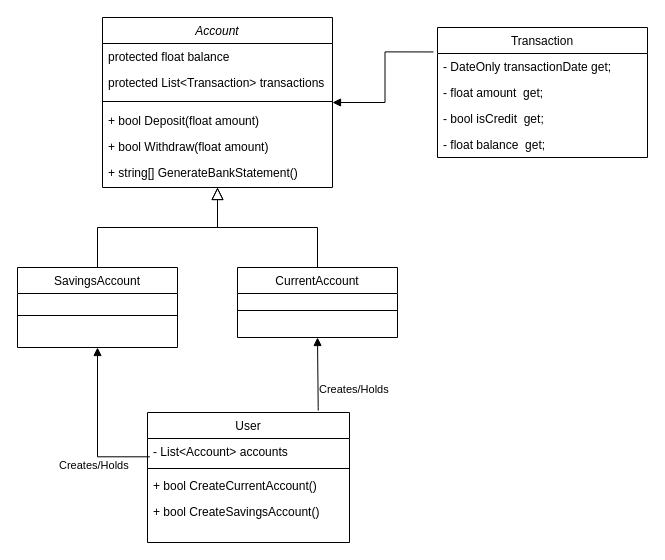
Earlier version of the draw.io diagram ClassDiagram.drawio (boolean-uk/csharp-tdd-oop-bank-challenge). Source tidied: cells renumbered, new cells numbered last; positions are measured from the earlier drawing's top-left corner, leaving out a move shared by most shapes. Both pictures are drawn from the tidied source at 100%, with x=0, y=0 at pixel (17, 17).
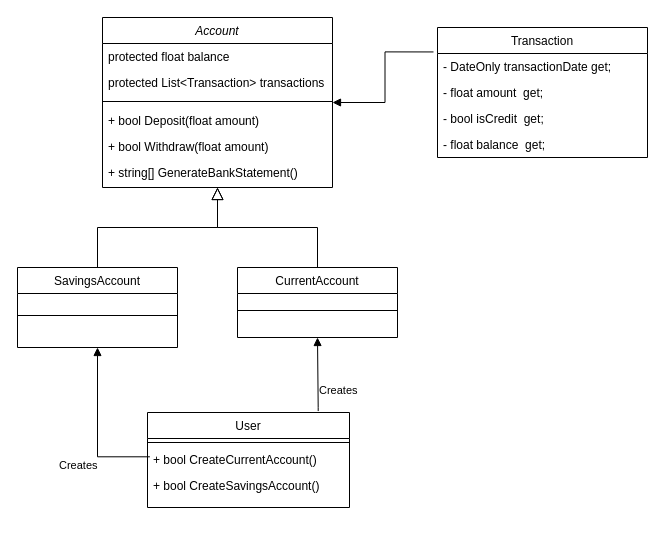
Above is the later version.

The change refers to these unchanged cells:
```xml
<mxCell id="9" value="SavingsAccount" style="swimlane;fontStyle=0;align=center;verticalAlign=top;horizontal=1;startSize=26;rounded=0;shadow=0;strokeWidth=1;" parent="1" vertex="1">
  <mxGeometry y="250" width="160" height="80" as="geometry" />
</mxCell>
<mxCell id="12" value="CurrentAccount" style="swimlane;fontStyle=0;align=center;verticalAlign=top;horizontal=1;startSize=26;rounded=0;shadow=0;strokeWidth=1;" parent="1" vertex="1">
  <mxGeometry x="220" y="250" width="160" height="70" as="geometry" />
</mxCell>
```

The edit, as a diff of the source:
```diff
@@
     <mxCell id="15" value="User" style="swimlane;fontStyle=0;align=center;verticalAlign=top;horizontal=1;startSize=26;rounded=0;shadow=0;strokeWidth=1;" parent="1" vertex="1">
-      <mxGeometry x="130" y="395" width="202" height="130" as="geometry" />
+      <mxGeometry x="130" y="395" width="202" height="95" as="geometry" />
     </mxCell>
-    <mxCell id="16" value="- List&lt;Account&gt; accounts    " style="text;align=left;verticalAlign=top;spacingLeft=4;spacingRight=4;overflow=hidden;points=[[0,0.5],[1,0.5]];portConstraint=eastwest;" parent="15" vertex="1">
-      <mxGeometry y="26" width="202" height="26" as="geometry" />
-    </mxCell>
     <mxCell id="17" style="line;html=1;strokeWidth=1;align=left;verticalAlign=middle;spacingTop=-1;spacingLeft=3;spacingRight=3;labelPosition=right;" parent="15" vertex="1">
-      <mxGeometry y="52" width="202" height="8" as="geometry" />
+      <mxGeometry y="26" width="202" height="8" as="geometry" />
     </mxCell>
     <mxCell id="18" value="+ bool CreateCurrentAccount()" style="text;align=left;verticalAlign=top;spacingLeft=4;spacingRight=4;overflow=hidden;" parent="15" vertex="1">
-      <mxGeometry y="60" width="202" height="26" as="geometry" />
+      <mxGeometry y="34" width="202" height="26" as="geometry" />
     </mxCell>
     <mxCell id="19" value="+ bool CreateSavingsAccount()" style="text;align=left;verticalAlign=top;spacingLeft=4;spacingRight=4;overflow=hidden;" parent="15" vertex="1">
-      <mxGeometry y="86" width="202" height="26" as="geometry" />
+      <mxGeometry y="60" width="202" height="26" as="geometry" />
     </mxCell>
-    <mxCell id="20" value="Creates/Holds" style="endArrow=block;endFill=1;html=1;edgeStyle=orthogonalEdgeStyle;align=left;verticalAlign=top;rounded=0;entryX=0.5;entryY=1;entryDx=0;entryDy=0;exitX=0.845;exitY=-0.015;exitDx=0;exitDy=0;exitPerimeter=0;" parent="1" edge="1" source="15" target="12">
+    <mxCell id="20" value="Creates" style="endArrow=block;endFill=1;html=1;edgeStyle=orthogonalEdgeStyle;align=left;verticalAlign=top;rounded=0;entryX=0.5;entryY=1;entryDx=0;entryDy=0;exitX=0.845;exitY=-0.015;exitDx=0;exitDy=0;exitPerimeter=0;" parent="1" edge="1" source="15" target="12">
       <mxGeometry x="-0.08" relative="1" as="geometry">
         <Array as="points">
           <mxPoint x="301" y="390" />
           <mxPoint x="300" y="390" />
         </Array>
       </mxGeometry>
     </mxCell>
@@
-    <mxCell id="27" value="Creates/Holds" style="endArrow=block;endFill=1;html=1;edgeStyle=orthogonalEdgeStyle;align=left;verticalAlign=top;rounded=0;entryX=0.5;entryY=1;entryDx=0;entryDy=0;exitX=0.012;exitY=0.704;exitDx=0;exitDy=0;exitPerimeter=0;" parent="1" edge="1" source="16" target="9">
+    <mxCell id="27" value="Creates" style="endArrow=block;endFill=1;html=1;edgeStyle=orthogonalEdgeStyle;align=left;verticalAlign=top;rounded=0;entryX=0.5;entryY=1;entryDx=0;entryDy=0;exitX=0.012;exitY=0.704;exitDx=0;exitDy=0;exitPerimeter=0;" parent="1" edge="1" target="9">
       <mxGeometry x="-0.29" y="40" relative="1" as="geometry">
+        <mxPoint x="132.4" y="439.3" as="sourcePoint" />
         <Array as="points">
           <mxPoint x="80" y="439" />
         </Array>
       </mxGeometry>
     </mxCell>
```
